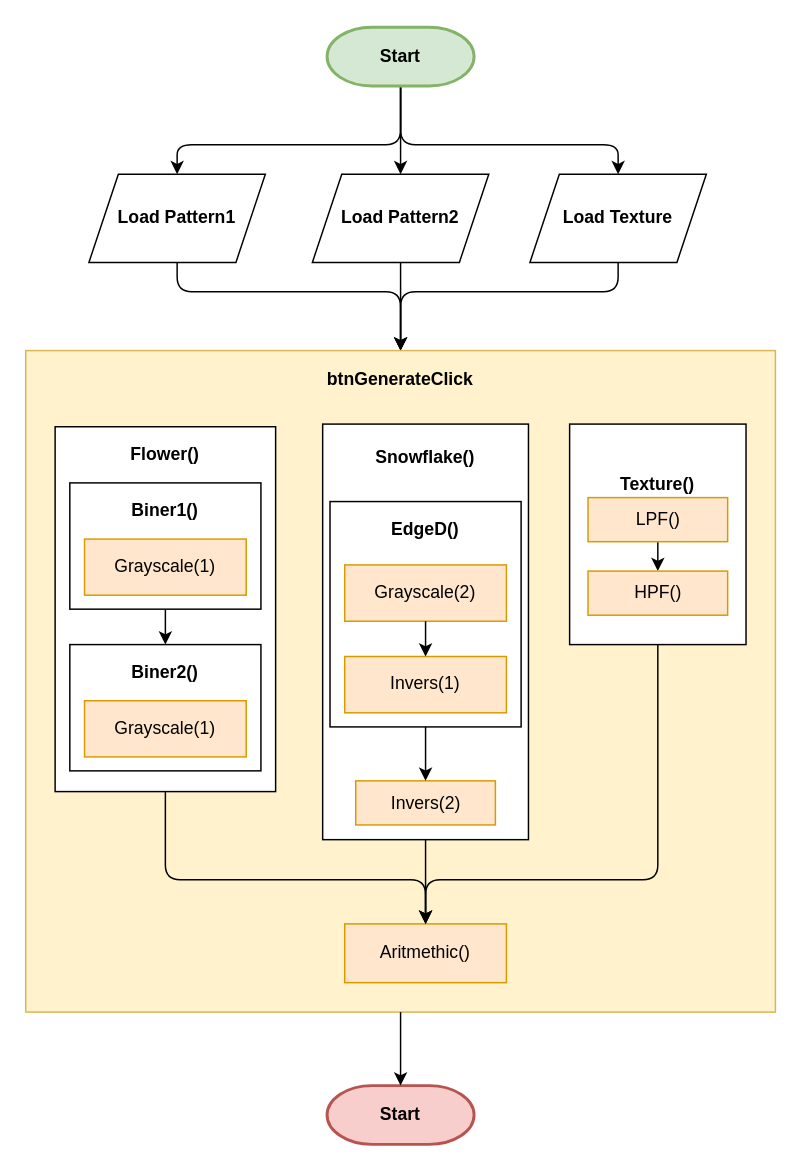
This is page "Main Program" (7 of 7) of Flowchart/.drawio/Flowchart.drawio from NRZero1/Batik_Pattern_Generator, a draw.io file, before an edit. Source tidied: cells renumbered, new cells numbered last; positions are measured from the earlier drawing's top-left corner, leaving out a move shared by most shapes. Both pictures are drawn from the tidied source at 147%, with x=0, y=0 at pixel (25, 26).
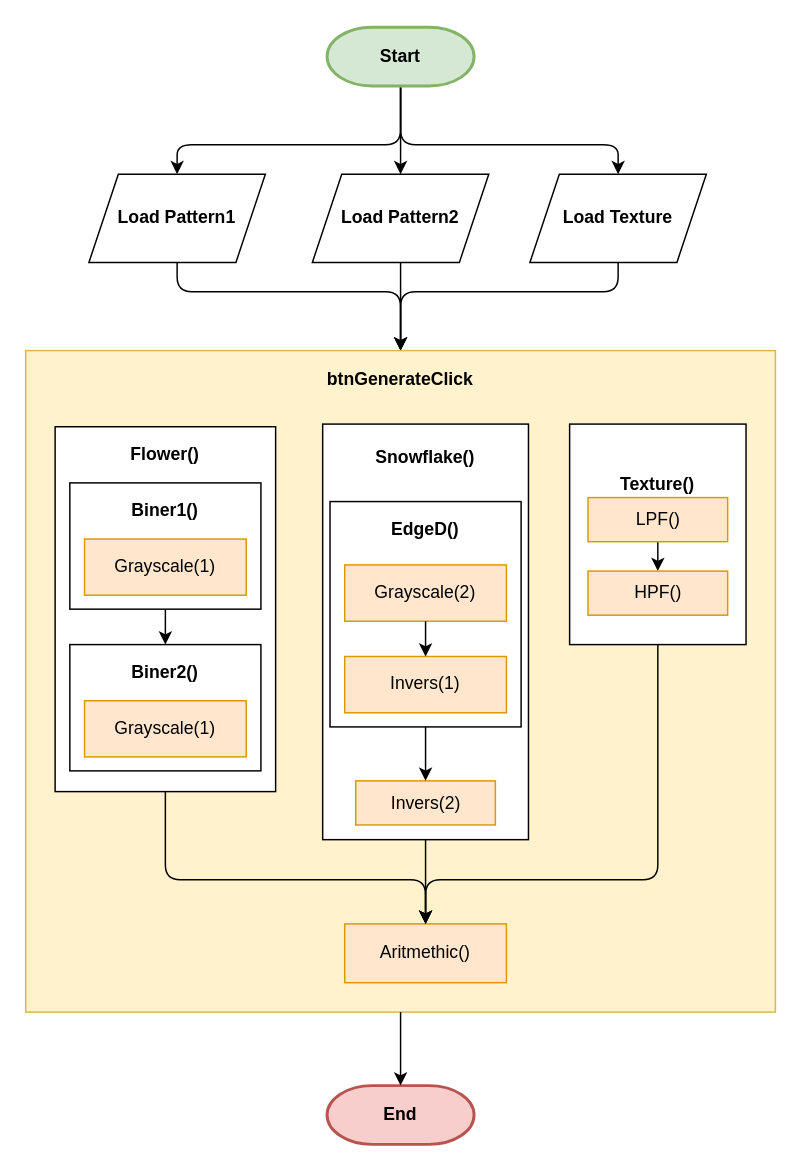
After the change.

Diff of the diagram source:
```diff
@@
-    <mxCell id="46" value="Start" style="strokeWidth=2;html=1;shape=mxgraph.flowchart.terminator;whiteSpace=wrap;fillColor=#f8cecc;strokeColor=#b85450;fontStyle=1;" parent="1" vertex="1">
+    <mxCell id="46" value="End" style="strokeWidth=2;html=1;shape=mxgraph.flowchart.terminator;whiteSpace=wrap;fillColor=#f8cecc;strokeColor=#b85450;fontStyle=1;" parent="1" vertex="1">
       <mxGeometry x="205" y="720" width="100" height="40" as="geometry" />
     </mxCell>
```
